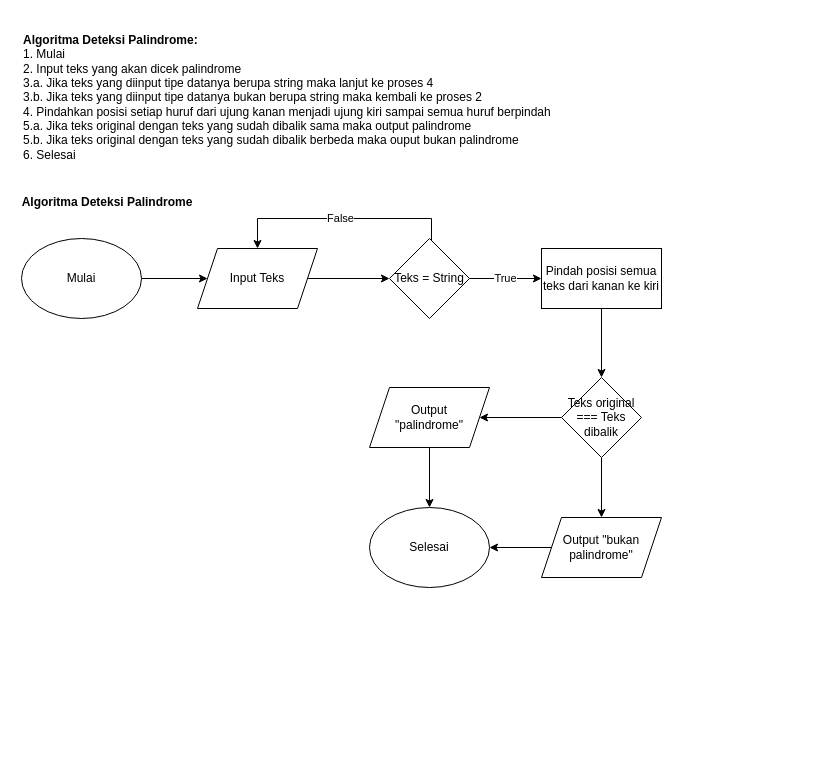
The draw.io diagram Web-13/Week 2/1.a. Deteksi Palindrome.drawio in muhammadteguhhernawankurnia/web-13, before the edit. Source tidied: cells renumbered, new cells numbered last; positions are measured from the earlier drawing's top-left corner, leaving out a move shared by most shapes. Both pictures are drawn from the tidied source at 100%, with x=0, y=0 at pixel (17, 17).
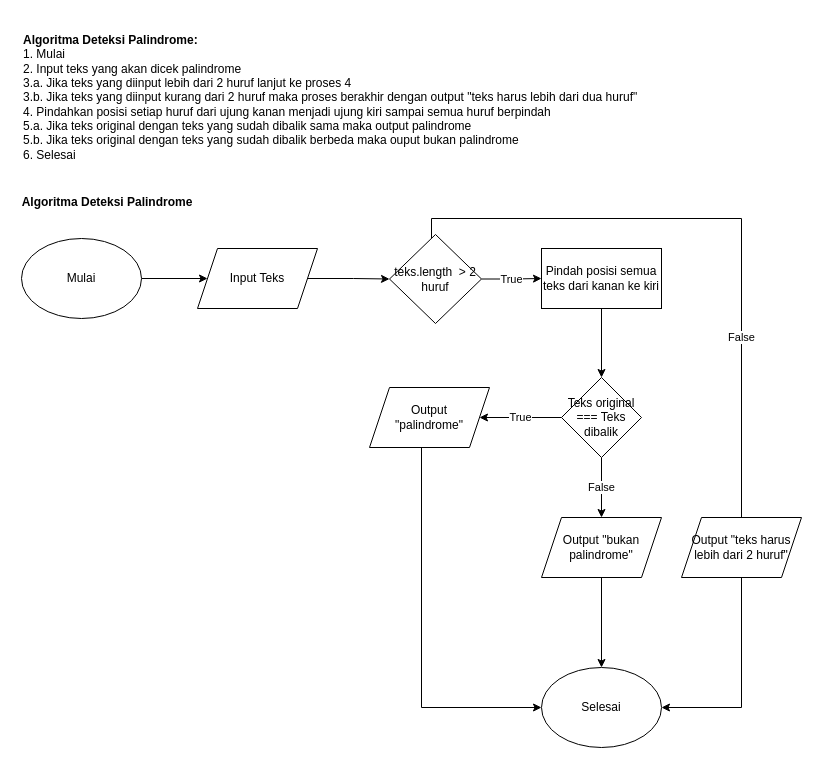
The same page after the edit.

The change refers to these unchanged cells:
```xml
<mxCell id="7" value="Input Teks" style="shape=parallelogram;perimeter=parallelogramPerimeter;whiteSpace=wrap;html=1;fixedSize=1;" parent="1" vertex="1">
  <mxGeometry x="180" y="231" width="120" height="60" as="geometry" />
</mxCell>
<mxCell id="15" value="Teks original === Teks dibalik" style="rhombus;whiteSpace=wrap;html=1;" parent="1" vertex="1">
  <mxGeometry x="544" y="360" width="80" height="80" as="geometry" />
</mxCell>
<mxCell id="17" value="Output &quot;bukan palindrome&quot;" style="shape=parallelogram;perimeter=parallelogramPerimeter;whiteSpace=wrap;html=1;fixedSize=1;" parent="1" vertex="1">
  <mxGeometry x="524" y="500" width="120" height="60" as="geometry" />
</mxCell>
<mxCell id="19" value="Output &lt;br&gt;&quot;palindrome&quot;" style="shape=parallelogram;perimeter=parallelogramPerimeter;whiteSpace=wrap;html=1;fixedSize=1;" parent="1" vertex="1">
  <mxGeometry x="352" y="370" width="120" height="60" as="geometry" />
</mxCell>
```

Change to the diagram source:
```diff
@@
-    <mxCell id="2" value="&lt;div style=&quot;text-align: justify;&quot;&gt;&lt;b style=&quot;background-color: initial;&quot;&gt;Algoritma Deteksi Palindrome:&lt;/b&gt;&lt;/div&gt;&lt;span style=&quot;background-color: initial;&quot;&gt;&lt;div style=&quot;text-align: justify;&quot;&gt;&lt;span style=&quot;background-color: initial;&quot;&gt;1. Mulai&lt;/span&gt;&lt;/div&gt;&lt;div style=&quot;text-align: justify;&quot;&gt;&lt;span style=&quot;background-color: initial;&quot;&gt;2. Input teks yang akan dicek palindrome&lt;/span&gt;&lt;/div&gt;&lt;div style=&quot;text-align: justify;&quot;&gt;&lt;span style=&quot;background-color: initial;&quot;&gt;3.a. Jika teks yang diinput tipe datanya berupa string maka lanjut ke proses 4&lt;/span&gt;&lt;/div&gt;&lt;div style=&quot;text-align: justify;&quot;&gt;&lt;span style=&quot;background-color: initial;&quot;&gt;3.b. Jika teks yang diinput tipe datanya bukan berupa string maka kembali ke proses 2&lt;/span&gt;&lt;/div&gt;&lt;div style=&quot;text-align: justify;&quot;&gt;&lt;span style=&quot;background-color: initial;&quot;&gt;4. Pindahkan posisi setiap huruf dari ujung kanan menjadi ujung kiri sampai semua huruf berpindah&lt;/span&gt;&lt;/div&gt;&lt;/span&gt;&lt;div style=&quot;text-align: justify;&quot;&gt;&lt;span style=&quot;background-color: initial;&quot;&gt;5.a. Jika teks original dengan teks yang sudah dibalik sama maka output palindrome&lt;/span&gt;&lt;/div&gt;&lt;div style=&quot;text-align: justify;&quot;&gt;&lt;span style=&quot;background-color: initial;&quot;&gt;5.b. Jika teks original dengan teks yang sudah dibalik berbeda maka ouput bukan palindrome&lt;/span&gt;&lt;/div&gt;&lt;div style=&quot;text-align: justify;&quot;&gt;&lt;span style=&quot;background-color: initial;&quot;&gt;6. Selesai&lt;/span&gt;&lt;/div&gt;" style="text;html=1;strokeColor=none;fillColor=none;align=left;verticalAlign=middle;whiteSpace=wrap;rounded=0;" parent="1" vertex="1">
+    <mxCell id="2" value="&lt;div style=&quot;text-align: justify;&quot;&gt;&lt;b style=&quot;background-color: initial;&quot;&gt;Algoritma Deteksi Palindrome:&lt;/b&gt;&lt;/div&gt;&lt;span style=&quot;background-color: initial;&quot;&gt;&lt;div style=&quot;text-align: justify;&quot;&gt;&lt;span style=&quot;background-color: initial;&quot;&gt;1. Mulai&lt;/span&gt;&lt;/div&gt;&lt;div style=&quot;text-align: justify;&quot;&gt;&lt;span style=&quot;background-color: initial;&quot;&gt;2. Input teks yang akan dicek palindrome&lt;/span&gt;&lt;/div&gt;&lt;div style=&quot;text-align: justify;&quot;&gt;&lt;span style=&quot;background-color: initial;&quot;&gt;3.a. Jika teks yang diinput lebih dari 2 huruf lanjut ke proses 4&lt;/span&gt;&lt;/div&gt;&lt;div style=&quot;text-align: justify;&quot;&gt;&lt;span style=&quot;background-color: initial;&quot;&gt;3.b. Jika teks yang diinput kurang dari 2 huruf maka proses berakhir dengan output &quot;teks harus lebih dari dua huruf&quot;&lt;/span&gt;&lt;/div&gt;&lt;div style=&quot;text-align: justify;&quot;&gt;&lt;span style=&quot;background-color: initial;&quot;&gt;4. Pindahkan posisi setiap huruf dari ujung kanan menjadi ujung kiri sampai semua huruf berpindah&lt;/span&gt;&lt;/div&gt;&lt;/span&gt;&lt;div style=&quot;text-align: justify;&quot;&gt;&lt;span style=&quot;background-color: initial;&quot;&gt;5.a. Jika teks original dengan teks yang sudah dibalik sama maka output palindrome&lt;/span&gt;&lt;/div&gt;&lt;div style=&quot;text-align: justify;&quot;&gt;&lt;span style=&quot;background-color: initial;&quot;&gt;5.b. Jika teks original dengan teks yang sudah dibalik berbeda maka ouput bukan palindrome&lt;/span&gt;&lt;/div&gt;&lt;div style=&quot;text-align: justify;&quot;&gt;&lt;span style=&quot;background-color: initial;&quot;&gt;6. Selesai&lt;/span&gt;&lt;/div&gt;" style="text;html=1;strokeColor=none;fillColor=none;align=left;verticalAlign=middle;whiteSpace=wrap;rounded=0;" parent="1" vertex="1">
       <mxGeometry x="4" width="760" height="160" as="geometry" />
     </mxCell>
@@
-    <mxCell id="8" value="False" style="edgeStyle=orthogonalEdgeStyle;rounded=0;jettySize=auto;html=1;entryX=0.5;entryY=0;entryDx=0;entryDy=0;" parent="1" edge="1" source="10" target="7">
+    <mxCell id="8" value="False" style="edgeStyle=orthogonalEdgeStyle;rounded=0;jettySize=auto;html=1;entryX=1;entryY=0.5;entryDx=0;entryDy=0;" parent="1" edge="1" source="10" target="20">
       <mxGeometry relative="1" as="geometry">
         <Array as="points">
           <mxPoint x="414" y="201" />
-          <mxPoint x="240" y="201" />
+          <mxPoint x="724" y="201" />
+          <mxPoint x="724" y="690" />
         </Array>
       </mxGeometry>
     </mxCell>
@@
-    <mxCell id="10" value="Teks = String" style="rhombus;whiteSpace=wrap;html=1;" parent="1" vertex="1">
-      <mxGeometry x="372" y="221" width="80" height="80" as="geometry" />
+    <mxCell id="10" value="teks.length&amp;nbsp; &amp;gt; 2 huruf" style="rhombus;whiteSpace=wrap;html=1;" parent="1" vertex="1">
+      <mxGeometry x="372" y="217" width="92" height="89" as="geometry" />
     </mxCell>
@@
-    <mxCell id="13" style="edgeStyle=orthogonalEdgeStyle;rounded=0;jettySize=auto;html=1;" parent="1" edge="1" source="15" target="19">
+    <mxCell id="13" value="True" style="edgeStyle=orthogonalEdgeStyle;rounded=0;jettySize=auto;html=1;" parent="1" edge="1" source="15" target="19">
       <mxGeometry relative="1" as="geometry" />
     </mxCell>
-    <mxCell id="14" style="edgeStyle=orthogonalEdgeStyle;rounded=0;jettySize=auto;html=1;" parent="1" edge="1" source="15" target="17">
+    <mxCell id="14" value="False" style="edgeStyle=orthogonalEdgeStyle;rounded=0;jettySize=auto;html=1;" parent="1" edge="1" source="15" target="17">
       <mxGeometry relative="1" as="geometry" />
     </mxCell>
@@
     <mxCell id="18" style="edgeStyle=orthogonalEdgeStyle;rounded=0;jettySize=auto;html=1;" parent="1" edge="1" source="19" target="20">
-      <mxGeometry relative="1" as="geometry" />
+      <mxGeometry relative="1" as="geometry">
+        <Array as="points">
+          <mxPoint x="404" y="690" />
+        </Array>
+      </mxGeometry>
     </mxCell>
@@
     <mxCell id="20" value="Selesai" style="ellipse;whiteSpace=wrap;html=1;" parent="1" vertex="1">
-      <mxGeometry x="352" y="490" width="120" height="80" as="geometry" />
+      <mxGeometry x="524" y="650" width="120" height="80" as="geometry" />
     </mxCell>
+    <mxCell id="21" value="Output &quot;teks harus lebih dari 2 huruf&quot;" style="shape=parallelogram;perimeter=parallelogramPerimeter;whiteSpace=wrap;html=1;fixedSize=1;" parent="1" vertex="1">
+      <mxGeometry x="664" y="500" width="120" height="60" as="geometry" />
+    </mxCell>
```
